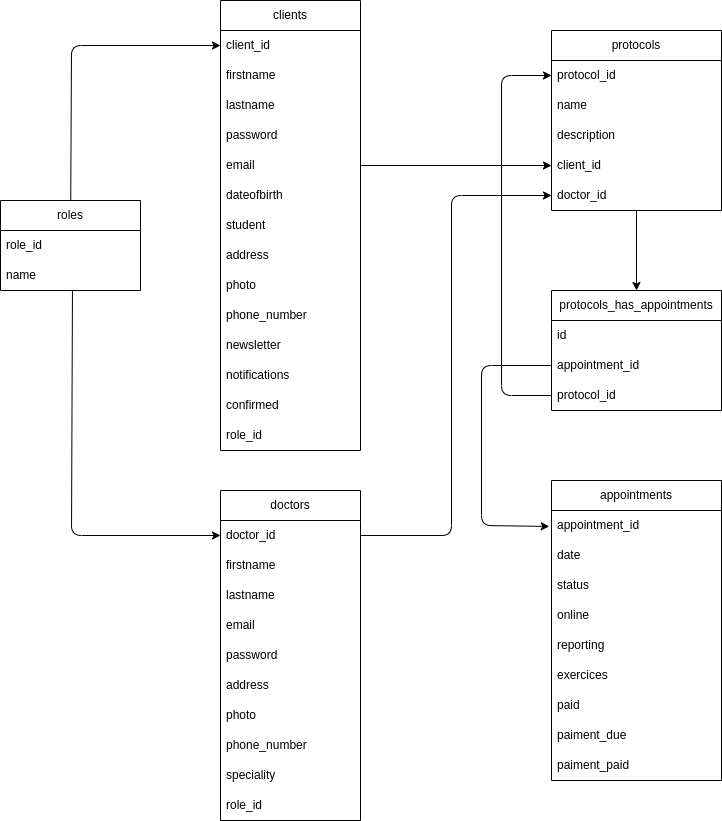
Above: app/project_analysis/mld/model logique de données.png in AlexSearha/KL-sophro-React-Back (draw.io), before the change. Source tidied: cells renumbered, new cells last; positions are measured from the earlier drawing's top-left corner, leaving out a move shared by most shapes.
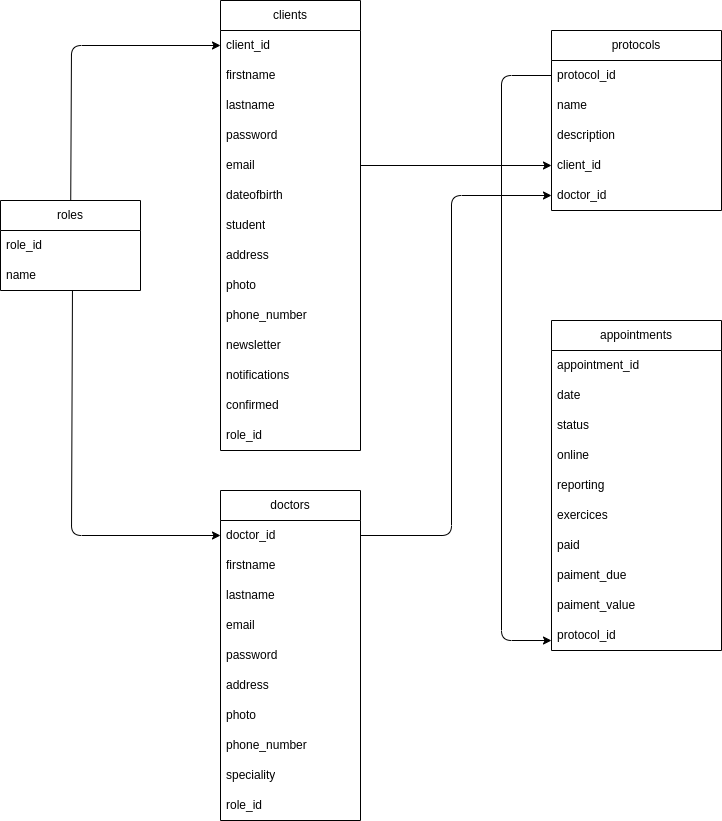
The same file after the commit.

Change to the diagram source:
```diff
@@ -81,7 +81,7 @@
       <mxGeometry y="300" width="140" height="30" as="geometry" />
     </mxCell>
     <mxCell id="28" value="appointments" style="swimlane;fontStyle=0;horizontal=1;startSize=30;whiteSpace=wrap;html=1;" parent="1" vertex="1">
-      <mxGeometry x="551" y="480" width="170" height="300" as="geometry" />
+      <mxGeometry x="551" y="320" width="170" height="330" as="geometry" />
     </mxCell>
     <mxCell id="29" value="appointment_id" style="text;strokeColor=none;fillColor=none;align=left;verticalAlign=middle;spacingLeft=4;spacingRight=4;overflow=hidden;points=[[0,0.5],[1,0.5]];portConstraint=eastwest;whiteSpace=wrap;html=1;" parent="28" vertex="1">
       <mxGeometry y="30" width="170" height="30" as="geometry" />
@@ -107,9 +107,12 @@
     <mxCell id="36" value="paiment_due" style="text;strokeColor=none;fillColor=none;align=left;verticalAlign=middle;spacingLeft=4;spacingRight=4;overflow=hidden;whiteSpace=wrap;html=1;" parent="28" vertex="1">
       <mxGeometry y="240" width="170" height="30" as="geometry" />
     </mxCell>
-    <mxCell id="37" value="paiment_paid" style="text;strokeColor=none;fillColor=none;align=left;verticalAlign=middle;spacingLeft=4;spacingRight=4;overflow=hidden;whiteSpace=wrap;html=1;" parent="28" vertex="1">
+    <mxCell id="37" value="paiment_value" style="text;strokeColor=none;fillColor=none;align=left;verticalAlign=middle;spacingLeft=4;spacingRight=4;overflow=hidden;whiteSpace=wrap;html=1;" parent="28" vertex="1">
       <mxGeometry y="270" width="170" height="30" as="geometry" />
     </mxCell>
+    <mxCell id="51" value="protocol_id" style="text;strokeColor=none;fillColor=none;align=left;verticalAlign=middle;spacingLeft=4;spacingRight=4;overflow=hidden;points=[[0,0.5],[1,0.5]];portConstraint=eastwest;whiteSpace=wrap;html=1;" parent="28" vertex="1">
+      <mxGeometry y="300" width="170" height="30" as="geometry" />
+    </mxCell>
     <mxCell id="38" style="edgeStyle=none;html=1;entryX=0;entryY=0.5;entryDx=0;entryDy=0;" parent="1" edge="1" source="39" target="3">
       <mxGeometry relative="1" as="geometry">
         <Array as="points">
@@ -144,18 +147,6 @@
     <mxCell id="47" value="doctor_id" style="text;strokeColor=none;fillColor=none;align=left;verticalAlign=middle;spacingLeft=4;spacingRight=4;overflow=hidden;points=[[0,0.5],[1,0.5]];portConstraint=eastwest;whiteSpace=wrap;html=1;" parent="42" vertex="1">
       <mxGeometry y="150" width="170" height="30" as="geometry" />
     </mxCell>
-    <mxCell id="48" value="protocols_has_appointments" style="swimlane;fontStyle=0;horizontal=1;startSize=30;whiteSpace=wrap;html=1;" parent="1" vertex="1">
-      <mxGeometry x="551" y="290" width="170" height="120" as="geometry" />
-    </mxCell>
-    <mxCell id="49" value="id" style="text;strokeColor=none;fillColor=none;align=left;verticalAlign=middle;spacingLeft=4;spacingRight=4;overflow=hidden;whiteSpace=wrap;html=1;" parent="48" vertex="1">
-      <mxGeometry y="30" width="170" height="30" as="geometry" />
-    </mxCell>
-    <mxCell id="50" value="appointment_id" style="text;strokeColor=none;fillColor=none;align=left;verticalAlign=middle;spacingLeft=4;spacingRight=4;overflow=hidden;points=[[0,0.5],[1,0.5]];portConstraint=eastwest;whiteSpace=wrap;html=1;" parent="48" vertex="1">
-      <mxGeometry y="60" width="170" height="30" as="geometry" />
-    </mxCell>
-    <mxCell id="51" value="protocol_id" style="text;strokeColor=none;fillColor=none;align=left;verticalAlign=middle;spacingLeft=4;spacingRight=4;overflow=hidden;points=[[0,0.5],[1,0.5]];portConstraint=eastwest;whiteSpace=wrap;html=1;" parent="48" vertex="1">
-      <mxGeometry y="90" width="170" height="30" as="geometry" />
-    </mxCell>
     <mxCell id="52" style="edgeStyle=none;html=1;entryX=0;entryY=0.5;entryDx=0;entryDy=0;exitX=0.514;exitY=1.005;exitDx=0;exitDy=0;exitPerimeter=0;" parent="1" edge="1" source="41" target="18">
       <mxGeometry relative="1" as="geometry">
         <Array as="points">
@@ -171,29 +162,16 @@
         </Array>
       </mxGeometry>
     </mxCell>
-    <mxCell id="54" style="edgeStyle=none;html=1;entryX=0.5;entryY=0;entryDx=0;entryDy=0;" parent="1" edge="1" target="48">
-      <mxGeometry relative="1" as="geometry">
-        <mxPoint x="636" y="210" as="sourcePoint" />
-      </mxGeometry>
-    </mxCell>
     <mxCell id="55" style="edgeStyle=none;html=1;entryX=0;entryY=0.5;entryDx=0;entryDy=0;" parent="1" edge="1" source="7" target="46">
       <mxGeometry relative="1" as="geometry" />
     </mxCell>
-    <mxCell id="56" style="edgeStyle=none;html=1;entryX=-0.013;entryY=0.531;entryDx=0;entryDy=0;entryPerimeter=0;" parent="1" edge="1" source="50" target="29">
-      <mxGeometry relative="1" as="geometry">
-        <Array as="points">
-          <mxPoint x="481" y="365" />
-          <mxPoint x="481" y="525" />
-        </Array>
-      </mxGeometry>
-    </mxCell>
-    <mxCell id="57" style="edgeStyle=none;html=1;entryX=0;entryY=0.25;entryDx=0;entryDy=0;" parent="1" edge="1" source="51" target="42">
-      <mxGeometry relative="1" as="geometry">
-        <Array as="points">
-          <mxPoint x="501" y="395" />
-          <mxPoint x="501" y="75" />
-        </Array>
-      </mxGeometry>
-    </mxCell>
+    <mxCell id="58" style="edgeStyle=none;html=1;entryX=0;entryY=0.667;entryDx=0;entryDy=0;entryPerimeter=0;" parent="1" edge="1" source="43" target="51">
+      <mxGeometry relative="1" as="geometry">
+        <Array as="points">
+          <mxPoint x="501" y="75" />
+          <mxPoint x="501" y="640" />
+        </Array>
+      </mxGeometry>
+    </mxCell>
   </root>
 </mxGraphModel>
```
